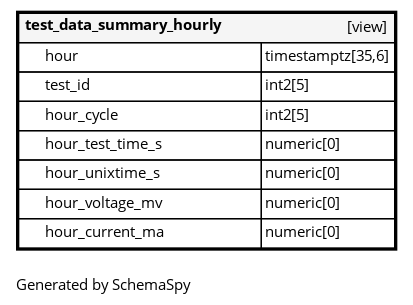
BattGenie/battdb keeps this Graphviz diagram as docs/diagrams/tables/test_data_summary_hourly.1degree.png. Above is the earlier version. Its source is kept beside it as docs/diagrams/tables/test_data_summary_hourly.1degree.dot.
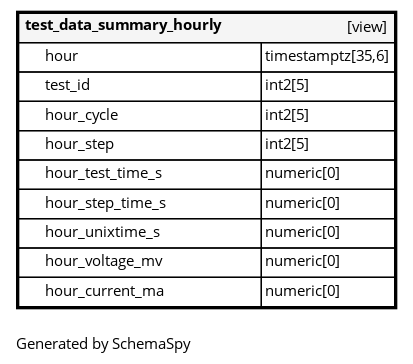
After the commit.

The edit, as a diff of the source:
```diff
@@ -7,7 +7,9 @@
       <TR><TD PORT="hour" COLSPAN="2" ALIGN="LEFT"><TABLE BORDER="0" CELLSPACING="0" ALIGN="LEFT"><TR ALIGN="LEFT"><TD ALIGN="LEFT" FIXEDSIZE="TRUE" WIDTH="15" HEIGHT="16"></TD><TD ALIGN="LEFT" FIXEDSIZE="TRUE" WIDTH="161" HEIGHT="16">hour</TD></TR></TABLE></TD><TD PORT="hour.type" ALIGN="LEFT">timestamptz[35,6]</TD></TR>
       <TR><TD PORT="test_id" COLSPAN="2" ALIGN="LEFT"><TABLE BORDER="0" CELLSPACING="0" ALIGN="LEFT"><TR ALIGN="LEFT"><TD ALIGN="LEFT" FIXEDSIZE="TRUE" WIDTH="15" HEIGHT="16"></TD><TD ALIGN="LEFT" FIXEDSIZE="TRUE" WIDTH="161" HEIGHT="16">test_id</TD></TR></TABLE></TD><TD PORT="test_id.type" ALIGN="LEFT">int2[5]</TD></TR>
       <TR><TD PORT="hour_cycle" COLSPAN="2" ALIGN="LEFT"><TABLE BORDER="0" CELLSPACING="0" ALIGN="LEFT"><TR ALIGN="LEFT"><TD ALIGN="LEFT" FIXEDSIZE="TRUE" WIDTH="15" HEIGHT="16"></TD><TD ALIGN="LEFT" FIXEDSIZE="TRUE" WIDTH="161" HEIGHT="16">hour_cycle</TD></TR></TABLE></TD><TD PORT="hour_cycle.type" ALIGN="LEFT">int2[5]</TD></TR>
+      <TR><TD PORT="hour_step" COLSPAN="2" ALIGN="LEFT"><TABLE BORDER="0" CELLSPACING="0" ALIGN="LEFT"><TR ALIGN="LEFT"><TD ALIGN="LEFT" FIXEDSIZE="TRUE" WIDTH="15" HEIGHT="16"></TD><TD ALIGN="LEFT" FIXEDSIZE="TRUE" WIDTH="161" HEIGHT="16">hour_step</TD></TR></TABLE></TD><TD PORT="hour_step.type" ALIGN="LEFT">int2[5]</TD></TR>
       <TR><TD PORT="hour_test_time_s" COLSPAN="2" ALIGN="LEFT"><TABLE BORDER="0" CELLSPACING="0" ALIGN="LEFT"><TR ALIGN="LEFT"><TD ALIGN="LEFT" FIXEDSIZE="TRUE" WIDTH="15" HEIGHT="16"></TD><TD ALIGN="LEFT" FIXEDSIZE="TRUE" WIDTH="161" HEIGHT="16">hour_test_time_s</TD></TR></TABLE></TD><TD PORT="hour_test_time_s.type" ALIGN="LEFT">numeric[0]</TD></TR>
+      <TR><TD PORT="hour_step_time_s" COLSPAN="2" ALIGN="LEFT"><TABLE BORDER="0" CELLSPACING="0" ALIGN="LEFT"><TR ALIGN="LEFT"><TD ALIGN="LEFT" FIXEDSIZE="TRUE" WIDTH="15" HEIGHT="16"></TD><TD ALIGN="LEFT" FIXEDSIZE="TRUE" WIDTH="161" HEIGHT="16">hour_step_time_s</TD></TR></TABLE></TD><TD PORT="hour_step_time_s.type" ALIGN="LEFT">numeric[0]</TD></TR>
       <TR><TD PORT="hour_unixtime_s" COLSPAN="2" ALIGN="LEFT"><TABLE BORDER="0" CELLSPACING="0" ALIGN="LEFT"><TR ALIGN="LEFT"><TD ALIGN="LEFT" FIXEDSIZE="TRUE" WIDTH="15" HEIGHT="16"></TD><TD ALIGN="LEFT" FIXEDSIZE="TRUE" WIDTH="161" HEIGHT="16">hour_unixtime_s</TD></TR></TABLE></TD><TD PORT="hour_unixtime_s.type" ALIGN="LEFT">numeric[0]</TD></TR>
       <TR><TD PORT="hour_voltage_mv" COLSPAN="2" ALIGN="LEFT"><TABLE BORDER="0" CELLSPACING="0" ALIGN="LEFT"><TR ALIGN="LEFT"><TD ALIGN="LEFT" FIXEDSIZE="TRUE" WIDTH="15" HEIGHT="16"></TD><TD ALIGN="LEFT" FIXEDSIZE="TRUE" WIDTH="161" HEIGHT="16">hour_voltage_mv</TD></TR></TABLE></TD><TD PORT="hour_voltage_mv.type" ALIGN="LEFT">numeric[0]</TD></TR>
       <TR><TD PORT="hour_current_ma" COLSPAN="2" ALIGN="LEFT"><TABLE BORDER="0" CELLSPACING="0" ALIGN="LEFT"><TR ALIGN="LEFT"><TD ALIGN="LEFT" FIXEDSIZE="TRUE" WIDTH="15" HEIGHT="16"></TD><TD ALIGN="LEFT" FIXEDSIZE="TRUE" WIDTH="161" HEIGHT="16">hour_current_ma</TD></TR></TABLE></TD><TD PORT="hour_current_ma.type" ALIGN="LEFT">numeric[0]</TD></TR>
```
